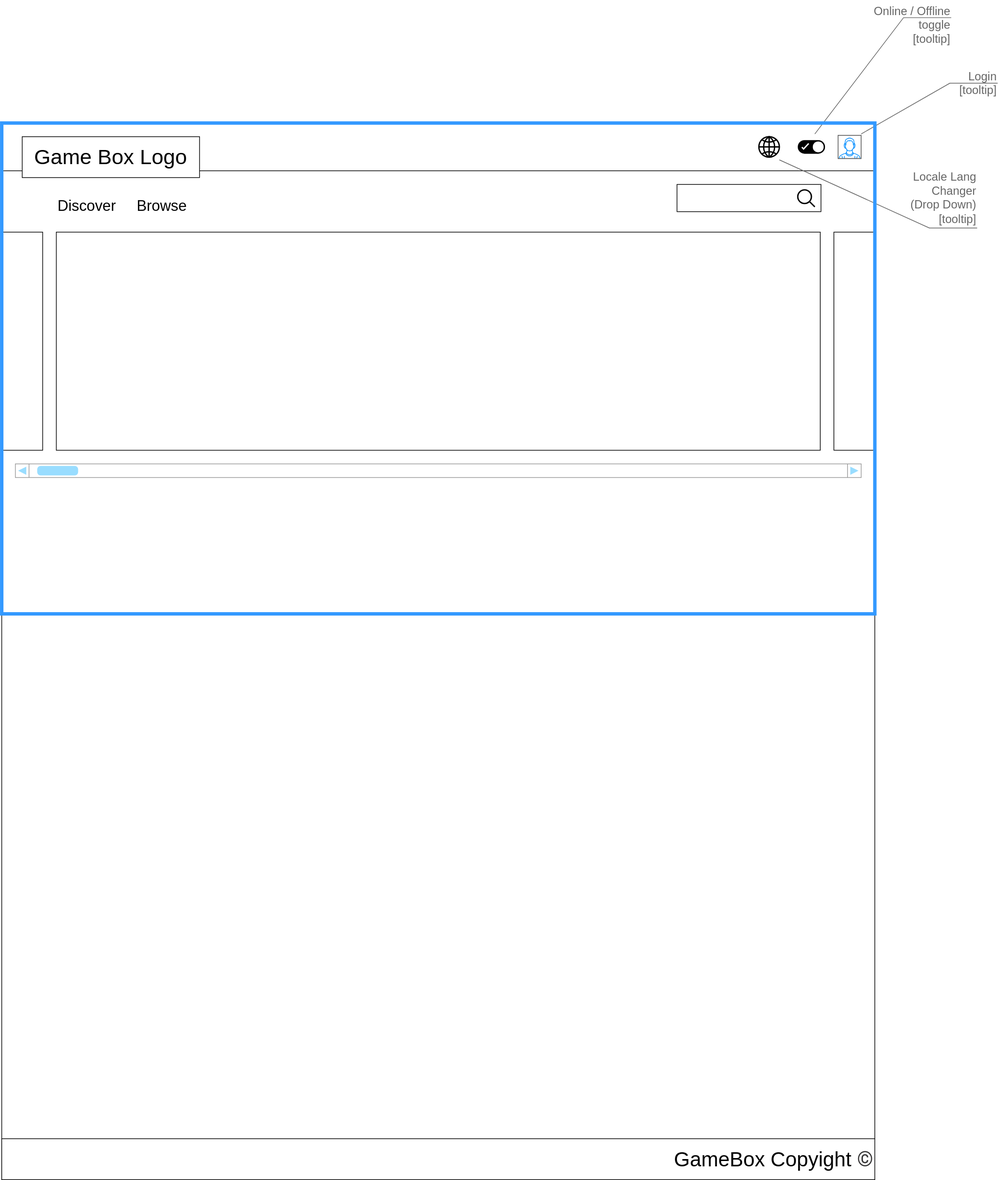
The draw.io diagram homeDesktopUI.svg in vsaiprakash/gamebox-app-docs, before a commit. Source tidied: cells renumbered, new cells last; positions are measured from the earlier drawing's top-left corner, leaving out a move shared by most shapes.
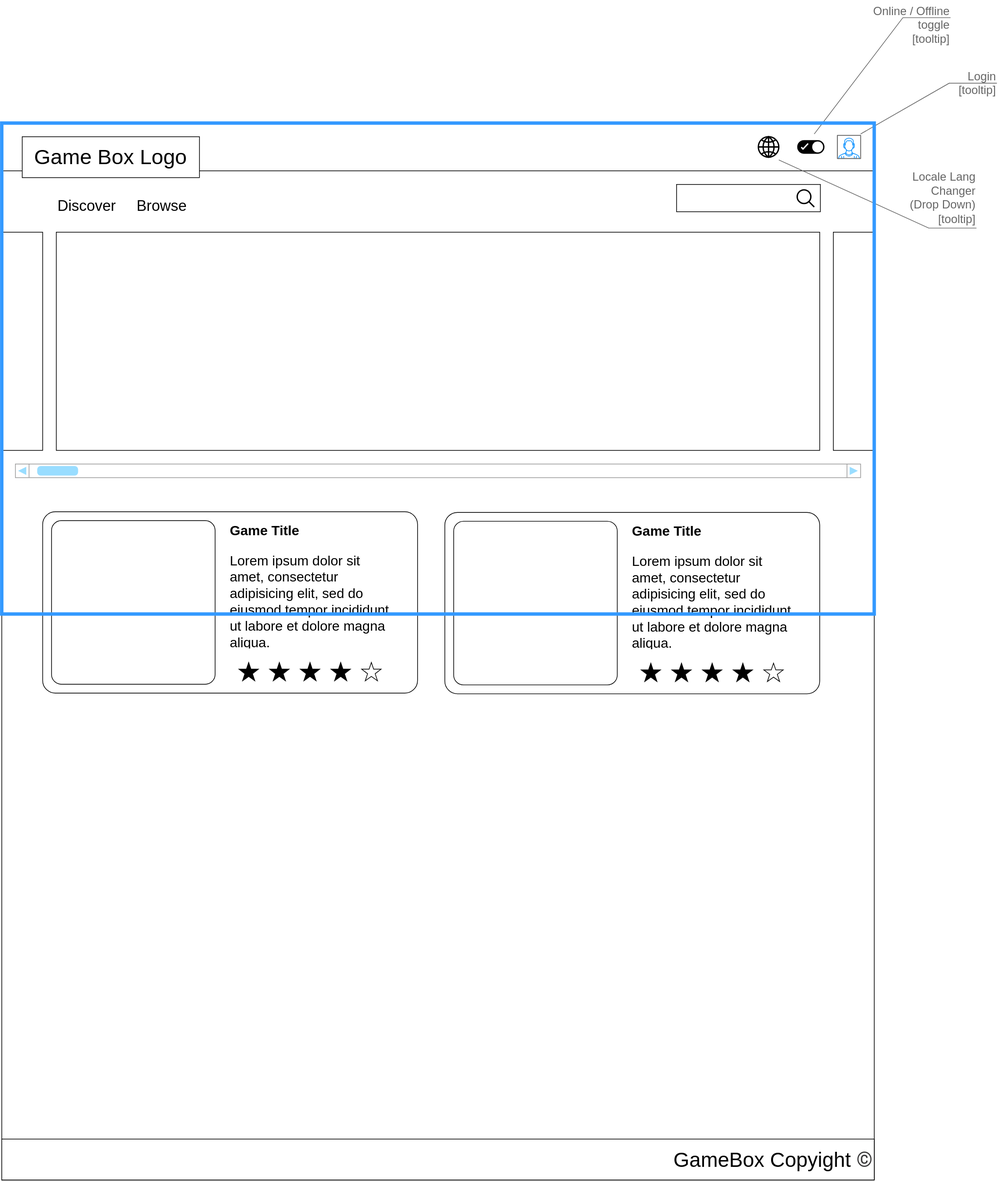
Above is the later version.

Change to the diagram source:
```diff
@@ -66,6 +66,36 @@
     <mxCell id="21" value="&lt;div style=&quot;font-size: 30px&quot;&gt;&lt;span&gt;GameBox Copyight&amp;nbsp;&lt;/span&gt;&lt;span style=&quot;color: rgb(55 , 54 , 55) ; font-family: &amp;#34;source sans pro&amp;#34; , &amp;#34;roboto&amp;#34; , &amp;#34;san francisco&amp;#34; , &amp;#34;segoe ui&amp;#34; , sans-serif&quot;&gt;©&lt;/span&gt;&lt;/div&gt;" style="rounded=0;whiteSpace=wrap;html=1;align=right;" parent="1" vertex="1">
       <mxGeometry y="1670" width="1280" height="60" as="geometry" />
     </mxCell>
+    <mxCell id="23" style="group;rounded=1;arcSize=5;shadow=1;sketch=0;" parent="1" vertex="1">
+      <mxGeometry x="60" y="750" width="550" height="266" as="geometry" />
+    </mxCell>
+    <mxCell id="24" style="rounded=1;whiteSpace=wrap;html=1;strokeWidth=1;arcSize=7;" parent="23" vertex="1">
+      <mxGeometry width="550" height="266" as="geometry" />
+    </mxCell>
+    <mxCell id="25" style="whiteSpace=wrap;html=1;strokeColor=#000000;strokeWidth=1;rounded=1;arcSize=6;" parent="23" vertex="1">
+      <mxGeometry x="13" y="13" width="240" height="240" as="geometry" />
+    </mxCell>
+    <mxCell id="26" style="verticalLabelPosition=bottom;shadow=0;dashed=0;align=center;html=1;verticalAlign=top;strokeWidth=1;shape=mxgraph.mockup.misc.rating;emptyFillColor=#ffffff;grade=4;ratingScale=5;ratingStyle=star;fillColor=#000000;" parent="23" vertex="1">
+      <mxGeometry x="288" y="221" width="225" height="30" as="geometry" />
+    </mxCell>
+    <mxCell id="27" value="&lt;h1 style=&quot;font-size: 20px&quot;&gt;&lt;font style=&quot;font-size: 20px&quot;&gt;Game Title&lt;/font&gt;&lt;/h1&gt;&lt;p style=&quot;font-size: 20px&quot;&gt;&lt;font style=&quot;font-size: 20px&quot;&gt;Lorem ipsum dolor sit amet, consectetur adipisicing elit, sed do eiusmod tempor incididunt ut labore et dolore magna aliqua.&lt;/font&gt;&lt;/p&gt;" style="text;html=1;strokeColor=none;fillColor=none;spacing=5;spacingTop=-20;whiteSpace=wrap;overflow=hidden;rounded=0;fontSize=20;" parent="23" vertex="1">
+      <mxGeometry x="270" y="13" width="250" height="188" as="geometry" />
+    </mxCell>
+    <mxCell id="28" style="group;rounded=1;arcSize=5;shadow=1;sketch=0;" parent="1" vertex="1">
+      <mxGeometry x="650" y="751" width="550" height="266" as="geometry" />
+    </mxCell>
+    <mxCell id="29" style="rounded=1;whiteSpace=wrap;html=1;strokeWidth=1;arcSize=7;" parent="28" vertex="1">
+      <mxGeometry width="550" height="266" as="geometry" />
+    </mxCell>
+    <mxCell id="30" style="whiteSpace=wrap;html=1;strokeColor=#000000;strokeWidth=1;rounded=1;arcSize=6;" parent="28" vertex="1">
+      <mxGeometry x="13" y="13" width="240" height="240" as="geometry" />
+    </mxCell>
+    <mxCell id="31" style="verticalLabelPosition=bottom;shadow=0;dashed=0;align=center;html=1;verticalAlign=top;strokeWidth=1;shape=mxgraph.mockup.misc.rating;emptyFillColor=#ffffff;grade=4;ratingScale=5;ratingStyle=star;fillColor=#000000;" parent="28" vertex="1">
+      <mxGeometry x="288" y="221" width="225" height="30" as="geometry" />
+    </mxCell>
+    <mxCell id="32" value="&lt;h1 style=&quot;font-size: 20px&quot;&gt;&lt;font style=&quot;font-size: 20px&quot;&gt;Game Title&lt;/font&gt;&lt;/h1&gt;&lt;p style=&quot;font-size: 20px&quot;&gt;&lt;font style=&quot;font-size: 20px&quot;&gt;Lorem ipsum dolor sit amet, consectetur adipisicing elit, sed do eiusmod tempor incididunt ut labore et dolore magna aliqua.&lt;/font&gt;&lt;/p&gt;" style="text;html=1;strokeColor=none;fillColor=none;spacing=5;spacingTop=-20;whiteSpace=wrap;overflow=hidden;rounded=0;fontSize=20;" parent="28" vertex="1">
+      <mxGeometry x="270" y="13" width="250" height="188" as="geometry" />
+    </mxCell>
     <mxCell id="22" style="rounded=0;whiteSpace=wrap;html=1;strokeColor=#3399FF;strokeWidth=5;fillColor=none;" parent="1" vertex="1">
       <mxGeometry y="180" width="1280" height="720" as="geometry" />
     </mxCell>
```
